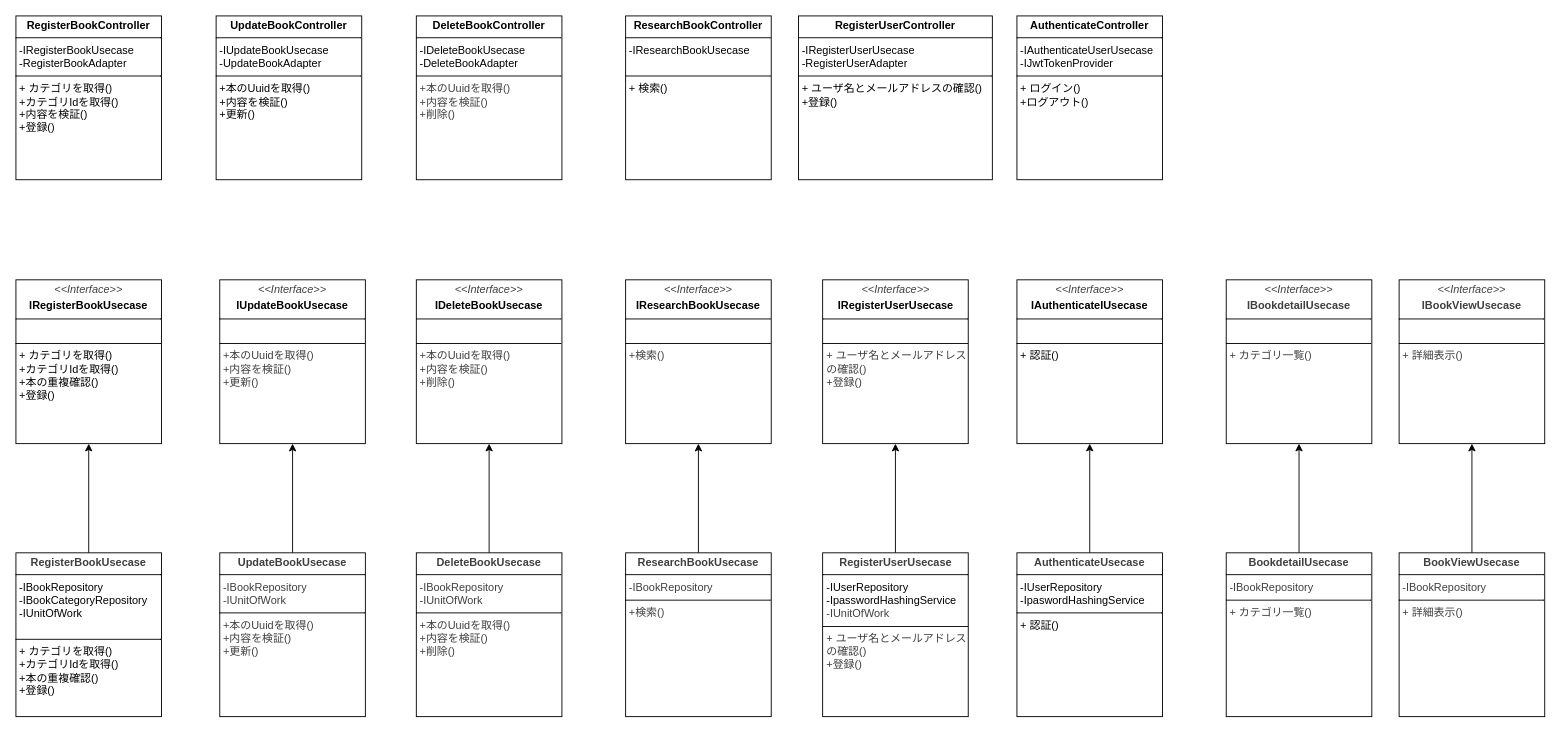
Above: page "Application" (3 of 5) of ClassDiagram/LibrartAPI_ClassDiagram.dio in yo-watanabe47/LIBRARYAPI (draw.io), before the change. Source tidied: cells renumbered, new cells numbered last; positions are measured from the earlier drawing's top-left corner, leaving out a move shared by most shapes. Both pictures are drawn from the tidied source at 91%, with x=0, y=0 at pixel (15, 15).
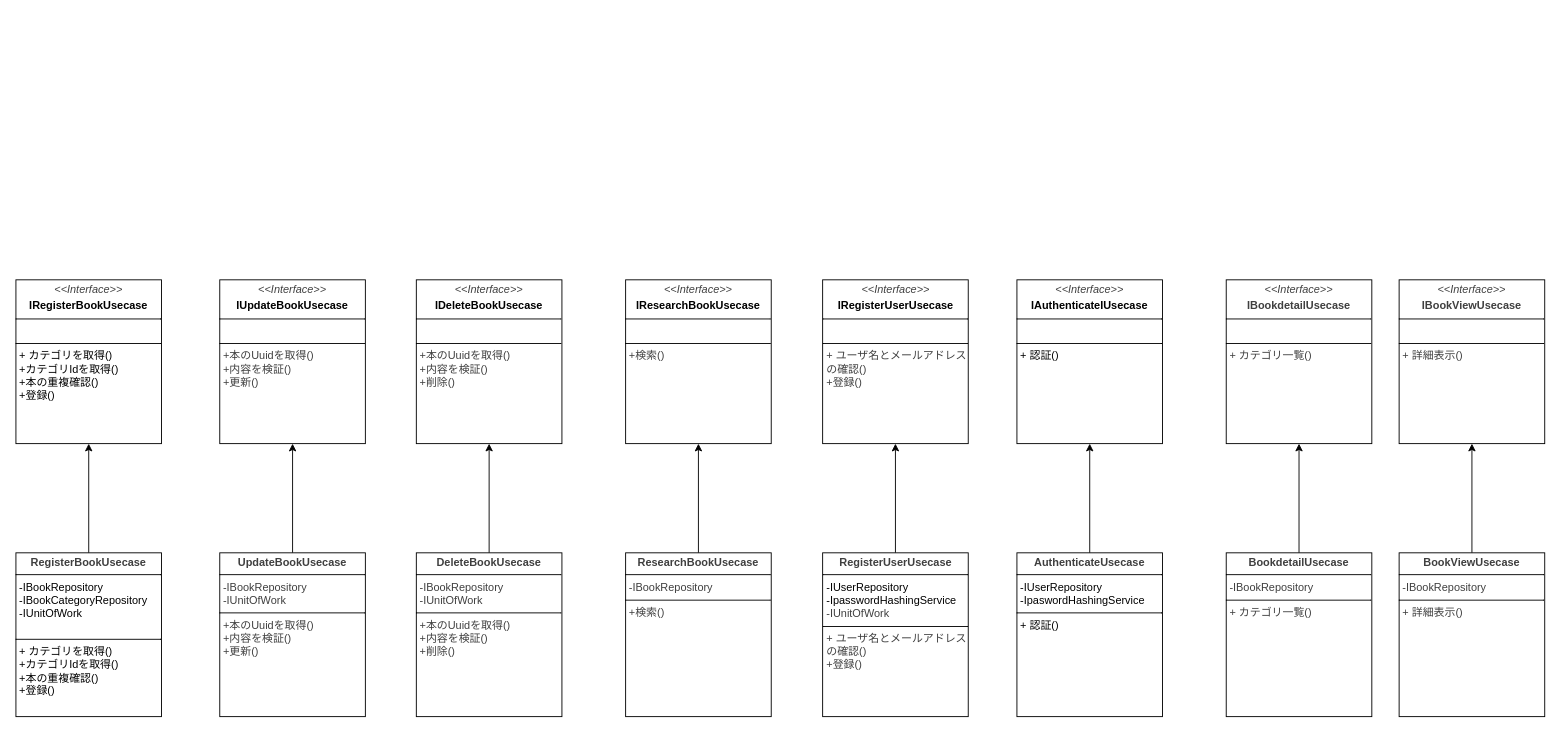
Above is the later version.

What changed in the source:
```diff
@@
-    <mxCell id="5" value="&lt;p style=&quot;margin:0px;margin-top:4px;text-align:center;&quot;&gt;&lt;b&gt;RegisterBookController&lt;/b&gt;&lt;/p&gt;&lt;hr size=&quot;1&quot; style=&quot;border-style:solid;&quot;&gt;&lt;p style=&quot;margin:0px;margin-left:4px;&quot;&gt;-IRegisterBookUsecase&lt;/p&gt;&lt;p style=&quot;margin:0px;margin-left:4px;&quot;&gt;-RegisterBookAdapter&lt;/p&gt;&lt;hr size=&quot;1&quot; style=&quot;border-style:solid;&quot;&gt;&lt;p style=&quot;margin:0px;margin-left:4px;&quot;&gt;+ カテゴリを取得()&lt;/p&gt;&lt;p style=&quot;margin:0px;margin-left:4px;&quot;&gt;+カテゴリIdを取得()&lt;/p&gt;&lt;p style=&quot;margin:0px;margin-left:4px;&quot;&gt;+内容を検証()&lt;/p&gt;&lt;p style=&quot;margin:0px;margin-left:4px;&quot;&gt;+登録()&lt;/p&gt;" style="verticalAlign=top;align=left;overflow=fill;html=1;whiteSpace=wrap;" parent="1" vertex="1">
-      <mxGeometry width="160" height="180" as="geometry" />
-    </mxCell>
-    <mxCell id="6" value="&lt;p style=&quot;margin:0px;margin-top:4px;text-align:center;&quot;&gt;&lt;b&gt;UpdateBookController&lt;/b&gt;&lt;/p&gt;&lt;hr size=&quot;1&quot; style=&quot;border-style:solid;&quot;&gt;&lt;p style=&quot;margin:0px;margin-left:4px;&quot;&gt;-IUpdateBookUsecase&lt;/p&gt;&lt;p style=&quot;margin:0px;margin-left:4px;&quot;&gt;-UpdateBookAdapter&lt;/p&gt;&lt;hr size=&quot;1&quot; style=&quot;border-style:solid;&quot;&gt;&lt;p style=&quot;margin:0px;margin-left:4px;&quot;&gt;+本のUuidを取得()&lt;/p&gt;&lt;p style=&quot;margin:0px;margin-left:4px;&quot;&gt;+内容を検証()&lt;/p&gt;&lt;p style=&quot;margin:0px;margin-left:4px;&quot;&gt;+更新()&lt;/p&gt;" style="verticalAlign=top;align=left;overflow=fill;html=1;whiteSpace=wrap;" parent="1" vertex="1">
-      <mxGeometry x="220" width="160" height="180" as="geometry" />
-    </mxCell>
-    <mxCell id="7" value="&lt;p style=&quot;margin:0px;margin-top:4px;text-align:center;&quot;&gt;&lt;b&gt;DeleteBookController&lt;/b&gt;&lt;/p&gt;&lt;hr size=&quot;1&quot; style=&quot;border-style:solid;&quot;&gt;&lt;p style=&quot;margin:0px;margin-left:4px;&quot;&gt;-IDeleteBookUsecase&lt;/p&gt;&lt;p style=&quot;margin:0px;margin-left:4px;&quot;&gt;-DeleteBookAdapter&lt;/p&gt;&lt;hr size=&quot;1&quot; style=&quot;border-style:solid;&quot;&gt;&lt;p style=&quot;color: rgb(63, 63, 63); scrollbar-color: rgb(226, 226, 226) rgb(251, 251, 251); margin: 0px 0px 0px 4px;&quot;&gt;+本のUuidを取得()&lt;/p&gt;&lt;p style=&quot;color: rgb(63, 63, 63); scrollbar-color: rgb(226, 226, 226) rgb(251, 251, 251); margin: 0px 0px 0px 4px;&quot;&gt;+内容を検証()&lt;/p&gt;&lt;p style=&quot;color: rgb(63, 63, 63); scrollbar-color: rgb(226, 226, 226) rgb(251, 251, 251); margin: 0px 0px 0px 4px;&quot;&gt;+削除()&lt;/p&gt;" style="verticalAlign=top;align=left;overflow=fill;html=1;whiteSpace=wrap;" parent="1" vertex="1">
-      <mxGeometry x="440" width="160" height="180" as="geometry" />
-    </mxCell>
-    <mxCell id="8" value="&lt;p style=&quot;margin:0px;margin-top:4px;text-align:center;&quot;&gt;&lt;b&gt;ResearchBookController&lt;/b&gt;&lt;/p&gt;&lt;hr size=&quot;1&quot; style=&quot;border-style:solid;&quot;&gt;&lt;p style=&quot;margin:0px;margin-left:4px;&quot;&gt;-IResearchBookUsecase&lt;/p&gt;&lt;p style=&quot;margin:0px;margin-left:4px;&quot;&gt;&lt;br&gt;&lt;/p&gt;&lt;hr size=&quot;1&quot; style=&quot;border-style:solid;&quot;&gt;&lt;p style=&quot;margin:0px;margin-left:4px;&quot;&gt;+ 検索()&lt;/p&gt;" style="verticalAlign=top;align=left;overflow=fill;html=1;whiteSpace=wrap;" parent="1" vertex="1">
-      <mxGeometry x="670" width="160" height="180" as="geometry" />
-    </mxCell>
-    <mxCell id="9" value="&lt;p style=&quot;margin:0px;margin-top:4px;text-align:center;&quot;&gt;&lt;b&gt;RegisterUserController&lt;/b&gt;&lt;/p&gt;&lt;hr size=&quot;1&quot; style=&quot;border-style:solid;&quot;&gt;&lt;p style=&quot;margin:0px;margin-left:4px;&quot;&gt;-IRegisterUserUsecase&lt;/p&gt;&lt;p style=&quot;margin:0px;margin-left:4px;&quot;&gt;-RegisterUserAdapter&lt;/p&gt;&lt;hr size=&quot;1&quot; style=&quot;border-style:solid;&quot;&gt;&lt;p style=&quot;margin:0px;margin-left:4px;&quot;&gt;+ ユーザ名とメールアドレスの確認()&lt;/p&gt;&lt;p style=&quot;margin:0px;margin-left:4px;&quot;&gt;+登録()&lt;/p&gt;" style="verticalAlign=top;align=left;overflow=fill;html=1;whiteSpace=wrap;" parent="1" vertex="1">
-      <mxGeometry x="860" width="213" height="180" as="geometry" />
-    </mxCell>
-    <mxCell id="10" value="&lt;p style=&quot;margin:0px;margin-top:4px;text-align:center;&quot;&gt;&lt;b&gt;AuthenticateController&lt;/b&gt;&lt;/p&gt;&lt;hr size=&quot;1&quot; style=&quot;border-style:solid;&quot;&gt;&lt;p style=&quot;margin:0px;margin-left:4px;&quot;&gt;-IAuthenticateUserUsecase&lt;/p&gt;&lt;p style=&quot;margin:0px;margin-left:4px;&quot;&gt;-IJwtTokenProvider&lt;/p&gt;&lt;hr size=&quot;1&quot; style=&quot;border-style:solid;&quot;&gt;&lt;p style=&quot;margin:0px;margin-left:4px;&quot;&gt;+ ログイン()&lt;/p&gt;&lt;p style=&quot;margin:0px;margin-left:4px;&quot;&gt;+ログアウト()&lt;/p&gt;" style="verticalAlign=top;align=left;overflow=fill;html=1;whiteSpace=wrap;" parent="1" vertex="1">
-      <mxGeometry x="1100" width="160" height="180" as="geometry" />
-    </mxCell>
```
